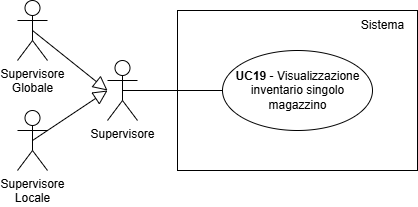
Before: documents/rtb/assets/UC19.png, a diagram exported from draw.io (teamcodealchemists/docs). Source tidied: cells renumbered, new cells last; positions are measured from the earlier drawing's top-left corner, leaving out a move shared by most shapes. The source it was exported from:
```xml
<mxGraphModel>
  <root>
    <mxCell id="0" />
    <mxCell id="1" parent="0" />
    <mxCell id="2" style="rounded=0;whiteSpace=wrap;html=1;" parent="1" vertex="1">
      <mxGeometry x="160" y="10" width="240" height="160" as="geometry" />
    </mxCell>
    <mxCell id="3" value="Sistema" style="text;html=1;align=center;verticalAlign=middle;strokeColor=none;fillColor=none;" parent="1" vertex="1">
      <mxGeometry x="330" y="10" width="70" height="30" as="geometry" />
    </mxCell>
    <mxCell id="4" style="ellipse;whiteSpace=wrap;html=1;fontStyle=1;" parent="1" vertex="1">
      <mxGeometry x="205" y="50" width="150" height="80" as="geometry" />
    </mxCell>
    <mxCell id="5" value="&lt;b&gt;UC19&amp;nbsp;&lt;/b&gt;- Visualizzazione&lt;div&gt;inventario&amp;nbsp;&lt;span style=&quot;background-color: transparent; color: light-dark(rgb(0, 0, 0), rgb(255, 255, 255));&quot;&gt;singolo&lt;/span&gt;&lt;/div&gt;&lt;div&gt;&lt;span style=&quot;background-color: transparent; color: light-dark(rgb(0, 0, 0), rgb(255, 255, 255));&quot;&gt;magazzino&lt;/span&gt;&lt;/div&gt;" style="text;html=1;align=center;verticalAlign=middle;strokeColor=none;fillColor=none;" parent="1" vertex="1">
      <mxGeometry x="205" y="60" width="150" height="60" as="geometry" />
    </mxCell>
    <mxCell id="6" style="endArrow=none;html=1;rounded=0;entryX=0;entryY=0.5;entryDx=0;entryDy=0;exitX=0.5;exitY=0.5;exitDx=0;exitDy=0;exitPerimeter=0;" parent="1" edge="1" source="7" target="4">
      <mxGeometry relative="1" as="geometry" />
    </mxCell>
    <mxCell id="7" value="Supervisore" style="shape=umlActor;verticalLabelPosition=bottom;verticalAlign=top;html=1;outlineConnect=0;" parent="1" vertex="1">
      <mxGeometry x="90" y="60" width="30" height="60" as="geometry" />
    </mxCell>
    <mxCell id="8" value="Supervisore&lt;div&gt;Globale&lt;/div&gt;" style="shape=umlActor;verticalLabelPosition=bottom;verticalAlign=top;html=1;outlineConnect=0;" parent="1" vertex="1">
      <mxGeometry width="30" height="60" as="geometry" />
    </mxCell>
    <mxCell id="9" value="Supervisore&lt;div&gt;Locale&lt;/div&gt;" style="shape=umlActor;verticalLabelPosition=bottom;verticalAlign=top;html=1;outlineConnect=0;" parent="1" vertex="1">
      <mxGeometry y="110" width="30" height="60" as="geometry" />
    </mxCell>
    <mxCell id="10" style="endArrow=block;html=1;rounded=0;exitX=0.5;exitY=0.5;exitDx=0;exitDy=0;exitPerimeter=0;endFill=0;endSize=12;" parent="1" edge="1" source="8">
      <mxGeometry relative="1" as="geometry">
        <mxPoint x="90" y="90" as="targetPoint" />
      </mxGeometry>
    </mxCell>
    <mxCell id="11" style="endArrow=block;html=1;rounded=0;exitX=0.5;exitY=0.5;exitDx=0;exitDy=0;exitPerimeter=0;endFill=0;endSize=12;" parent="1" edge="1" source="9">
      <mxGeometry relative="1" as="geometry">
        <mxPoint x="90" y="90" as="targetPoint" />
      </mxGeometry>
    </mxCell>
  </root>
</mxGraphModel>
```
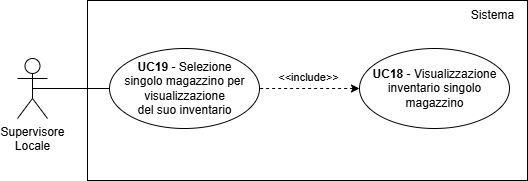
After the commit.

Change to the diagram source:
```diff
@@ -1,40 +1,38 @@
 <mxGraphModel>
   <root>
-    <mxCell id="0" />
-    <mxCell id="1" parent="0" />
-    <mxCell id="2" style="rounded=0;whiteSpace=wrap;html=1;" parent="1" vertex="1">
-      <mxGeometry x="160" y="10" width="240" height="160" as="geometry" />
-    </mxCell>
+    <mxCell id="12" />
+    <mxCell id="13" parent="12" />
+    <mxCell id="9" value="Supervisore&lt;div&gt;Locale&lt;/div&gt;" style="shape=umlActor;verticalLabelPosition=bottom;verticalAlign=top;html=1;outlineConnect=0;" parent="13" vertex="1">
+      <mxGeometry x="-70" y="-52" width="30" height="60" as="geometry" />
+    </mxCell>
+    <mxCell id="14" style="rounded=0;whiteSpace=wrap;html=1;" parent="13" vertex="1">
+      <mxGeometry y="-110" width="440" height="180" as="geometry" />
+    </mxCell>
+    <mxCell id="15" style="ellipse;whiteSpace=wrap;html=1;fontStyle=1;" parent="13" vertex="1">
+      <mxGeometry x="22" y="-62" width="150" height="80" as="geometry" />
+    </mxCell>
+    <mxCell id="16" value="&lt;b&gt;UC19&amp;nbsp;&lt;/b&gt;- Selezione&lt;div&gt;singolo&amp;nbsp;&lt;span style=&quot;background-color: transparent; color: light-dark(rgb(0, 0, 0), rgb(255, 255, 255));&quot;&gt;magazzino per&lt;/span&gt;&lt;div&gt;visualizzazione&lt;/div&gt;&lt;div&gt;&lt;span style=&quot;background-color: transparent; color: light-dark(rgb(0, 0, 0), rgb(255, 255, 255));&quot;&gt;del suo inventario&lt;/span&gt;&lt;/div&gt;&lt;/div&gt;" style="text;html=1;align=center;verticalAlign=middle;strokeColor=none;fillColor=none;" parent="13" vertex="1">
+      <mxGeometry x="27" y="-57" width="140" height="70" as="geometry" />
+    </mxCell>
+    <mxCell id="17" style="endArrow=none;html=1;rounded=0;entryX=0;entryY=0.5;entryDx=0;entryDy=0;exitX=0.5;exitY=0.5;exitDx=0;exitDy=0;exitPerimeter=0;" parent="13" edge="1" source="9" target="15">
+      <mxGeometry relative="1" as="geometry" />
+    </mxCell>
+    <mxCell id="18" style="edgeStyle=orthogonalEdgeStyle;rounded=0;jettySize=auto;html=1;entryX=1;entryY=0.5;entryDx=0;entryDy=0;dashed=1;startArrow=classic;startFill=1;endArrow=none;" parent="13" edge="1" source="20" target="15">
+      <mxGeometry relative="1" as="geometry" />
+    </mxCell>
+    <mxCell id="19" value="&amp;lt;&amp;lt;include&amp;gt;&amp;gt;" style="edgeLabel;html=1;align=center;verticalAlign=middle;" parent="18" vertex="1">
+      <mxGeometry x="-0.17" y="-3" relative="1" as="geometry">
+        <mxPoint x="-11" y="-9" as="offset" />
+      </mxGeometry>
+    </mxCell>
+    <mxCell id="20" style="ellipse;whiteSpace=wrap;html=1;fontStyle=1;" parent="13" vertex="1">
+      <mxGeometry x="272" y="-62" width="150" height="80" as="geometry" />
+    </mxCell>
+    <mxCell id="21" value="&lt;b&gt;UC18&amp;nbsp;&lt;/b&gt;- Visualizzazione&lt;div&gt;inventario&amp;nbsp;&lt;span style=&quot;background-color: transparent; color: light-dark(rgb(0, 0, 0), rgb(255, 255, 255));&quot;&gt;singolo&lt;/span&gt;&lt;/div&gt;&lt;div&gt;&lt;span style=&quot;background-color: transparent; color: light-dark(rgb(0, 0, 0), rgb(255, 255, 255));&quot;&gt;magazzino&lt;/span&gt;&lt;/div&gt;" style="text;html=1;align=center;verticalAlign=middle;strokeColor=none;fillColor=none;" parent="13" vertex="1">
+      <mxGeometry x="272" y="-52" width="150" height="60" as="geometry" />
+    </mxCell>
-    <mxCell id="3" value="Sistema" style="text;html=1;align=center;verticalAlign=middle;strokeColor=none;fillColor=none;" parent="1" vertex="1">
-      <mxGeometry x="330" y="10" width="70" height="30" as="geometry" />
+    <mxCell id="3" value="Sistema" style="text;html=1;align=center;verticalAlign=middle;strokeColor=none;fillColor=none;" parent="13" vertex="1">
+      <mxGeometry x="370" y="-110" width="70" height="30" as="geometry" />
     </mxCell>
-    <mxCell id="4" style="ellipse;whiteSpace=wrap;html=1;fontStyle=1;" parent="1" vertex="1">
-      <mxGeometry x="205" y="50" width="150" height="80" as="geometry" />
-    </mxCell>
-    <mxCell id="5" value="&lt;b&gt;UC19&amp;nbsp;&lt;/b&gt;- Visualizzazione&lt;div&gt;inventario&amp;nbsp;&lt;span style=&quot;background-color: transparent; color: light-dark(rgb(0, 0, 0), rgb(255, 255, 255));&quot;&gt;singolo&lt;/span&gt;&lt;/div&gt;&lt;div&gt;&lt;span style=&quot;background-color: transparent; color: light-dark(rgb(0, 0, 0), rgb(255, 255, 255));&quot;&gt;magazzino&lt;/span&gt;&lt;/div&gt;" style="text;html=1;align=center;verticalAlign=middle;strokeColor=none;fillColor=none;" parent="1" vertex="1">
-      <mxGeometry x="205" y="60" width="150" height="60" as="geometry" />
-    </mxCell>
-    <mxCell id="6" style="endArrow=none;html=1;rounded=0;entryX=0;entryY=0.5;entryDx=0;entryDy=0;exitX=0.5;exitY=0.5;exitDx=0;exitDy=0;exitPerimeter=0;" parent="1" edge="1" source="7" target="4">
-      <mxGeometry relative="1" as="geometry" />
-    </mxCell>
-    <mxCell id="7" value="Supervisore" style="shape=umlActor;verticalLabelPosition=bottom;verticalAlign=top;html=1;outlineConnect=0;" parent="1" vertex="1">
-      <mxGeometry x="90" y="60" width="30" height="60" as="geometry" />
-    </mxCell>
-    <mxCell id="8" value="Supervisore&lt;div&gt;Globale&lt;/div&gt;" style="shape=umlActor;verticalLabelPosition=bottom;verticalAlign=top;html=1;outlineConnect=0;" parent="1" vertex="1">
-      <mxGeometry width="30" height="60" as="geometry" />
-    </mxCell>
-    <mxCell id="9" value="Supervisore&lt;div&gt;Locale&lt;/div&gt;" style="shape=umlActor;verticalLabelPosition=bottom;verticalAlign=top;html=1;outlineConnect=0;" parent="1" vertex="1">
-      <mxGeometry y="110" width="30" height="60" as="geometry" />
-    </mxCell>
-    <mxCell id="10" style="endArrow=block;html=1;rounded=0;exitX=0.5;exitY=0.5;exitDx=0;exitDy=0;exitPerimeter=0;endFill=0;endSize=12;" parent="1" edge="1" source="8">
-      <mxGeometry relative="1" as="geometry">
-        <mxPoint x="90" y="90" as="targetPoint" />
-      </mxGeometry>
-    </mxCell>
-    <mxCell id="11" style="endArrow=block;html=1;rounded=0;exitX=0.5;exitY=0.5;exitDx=0;exitDy=0;exitPerimeter=0;endFill=0;endSize=12;" parent="1" edge="1" source="9">
-      <mxGeometry relative="1" as="geometry">
-        <mxPoint x="90" y="90" as="targetPoint" />
-      </mxGeometry>
-    </mxCell>
   </root>
 </mxGraphModel>
```
